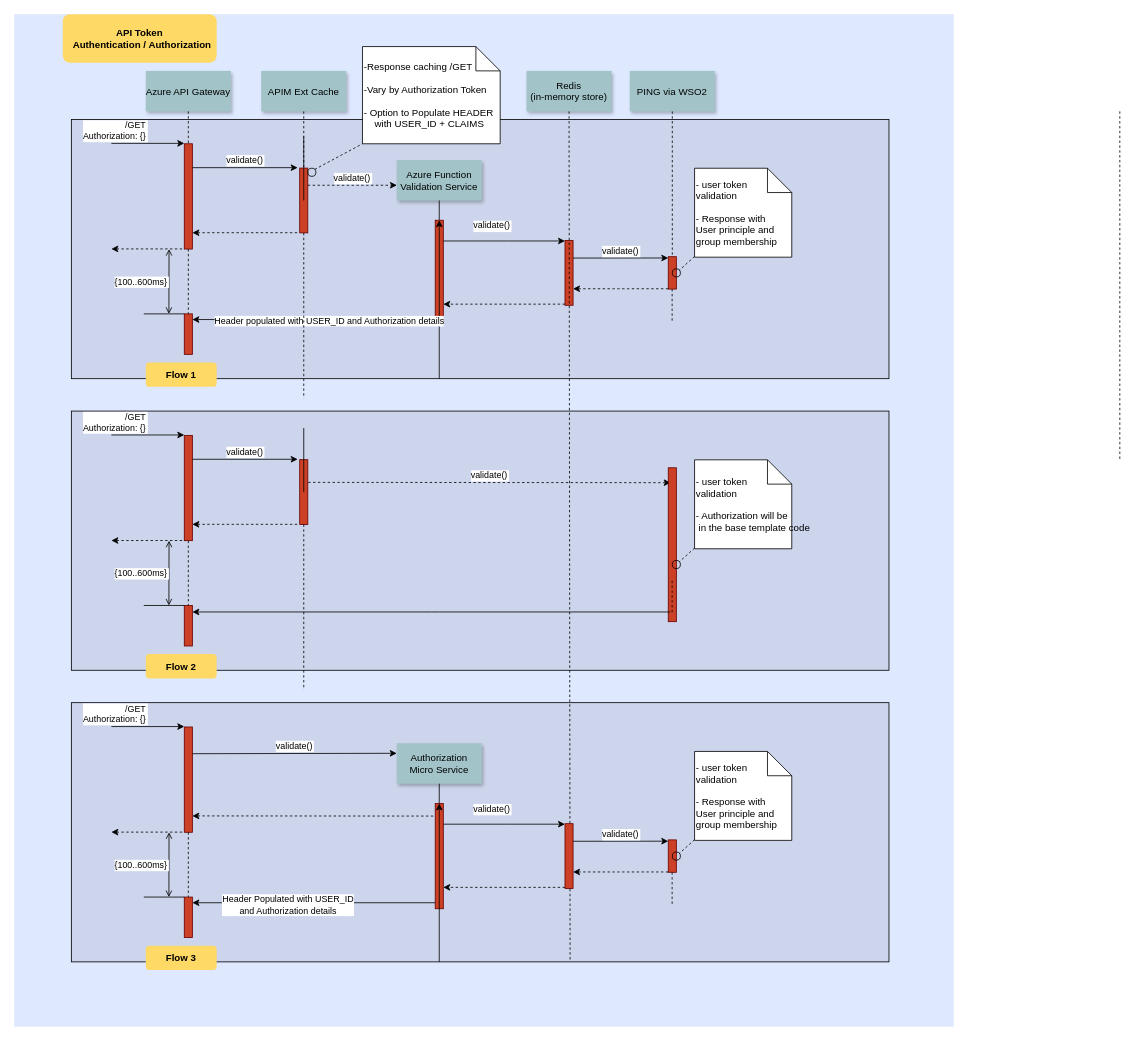
Before: Micro service Auth/Authorization.drawio in neio100/orange, a draw.io diagram. Source tidied: cells renumbered, new cells numbered last; positions are measured from the earlier drawing's top-left corner, leaving out a move shared by most shapes. Both pictures are drawn from the tidied source at 81%, with x=0, y=0 at pixel (14, 14).
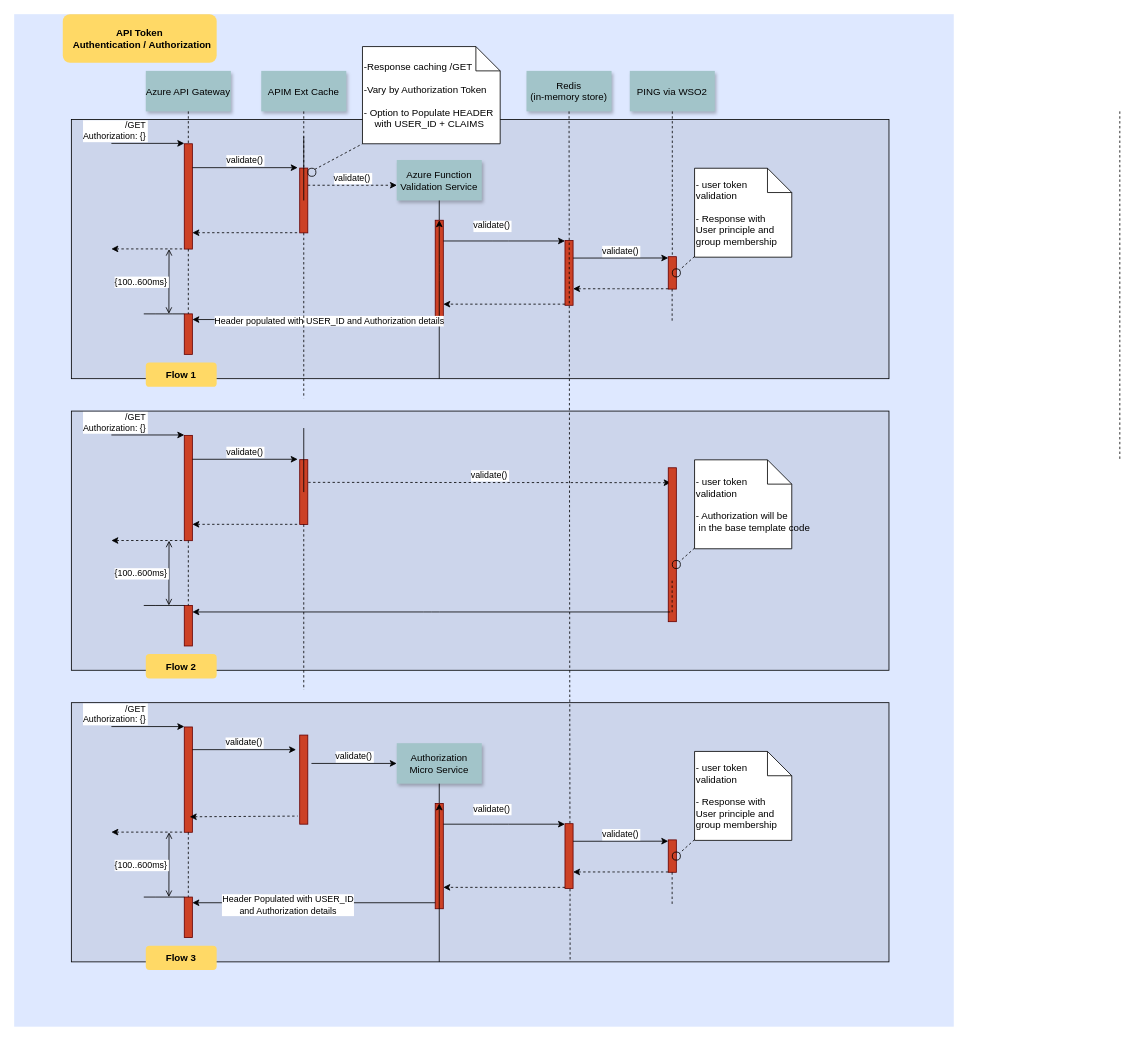
The same diagram, later.

Commit message:
Update Micro service Auth/Authorization.drawio

Unchanged cells that the change refers to:
```xml
<mxCell id="70" style="fillColor=#CC4125;strokeColor=#660000;" parent="1" vertex="1">
  <mxGeometry x="210" y="880" width="10" height="130" as="geometry" />
</mxCell>
<mxCell id="75" value="Authorization &#10;Micro Service" style="shadow=1;fillColor=#A2C4C9;strokeColor=none;" parent="1" vertex="1">
  <mxGeometry x="472.3" y="900" width="105" height="50" as="geometry" />
</mxCell>
```

Diff of the diagram source:
```diff
@@
-    <mxCell id="72" value="validate()" style="edgeStyle=none;verticalLabelPosition=top;verticalAlign=bottom;entryX=0;entryY=0.25;entryDx=0;entryDy=0;" parent="1" edge="1" target="75">
+    <mxCell id="72" value="validate()" style="edgeStyle=none;verticalLabelPosition=top;verticalAlign=bottom;" parent="1" edge="1">
       <mxGeometry x="220" y="812" as="geometry">
-        <mxPoint x="220" y="913" as="sourcePoint" />
+        <mxPoint x="220" y="908" as="sourcePoint" />
+        <mxPoint x="348" y="908" as="targetPoint" />
       </mxGeometry>
     </mxCell>
-    <mxCell id="73" style="edgeStyle=none;verticalLabelPosition=top;verticalAlign=bottom;endArrow=none;startArrow=classic;dashed=1;" parent="1" edge="1">
+    <mxCell id="73" style="edgeStyle=none;verticalLabelPosition=top;verticalAlign=bottom;endArrow=none;startArrow=classic;dashed=1;exitX=0.676;exitY=0.853;exitDx=0;exitDy=0;exitPerimeter=0;" parent="1" edge="1" source="70">
       <mxGeometry x="220" y="892.3" as="geometry">
-        <mxPoint x="220" y="989.8" as="sourcePoint" />
-        <mxPoint x="520" y="990" as="targetPoint" />
+        <mxPoint x="350" y="990" as="targetPoint" />
       </mxGeometry>
     </mxCell>
@@
+    <mxCell id="96" style="fillColor=#CC4125;strokeColor=#660000;" parent="1" vertex="1">
+      <mxGeometry x="352.5" y="890" width="10" height="110" as="geometry" />
+    </mxCell>
+    <mxCell id="97" value="validate()" style="edgeStyle=none;verticalLabelPosition=top;verticalAlign=bottom;entryX=0;entryY=0.5;entryDx=0;entryDy=0;" parent="1" edge="1" target="75">
+      <mxGeometry x="230" y="822" as="geometry">
+        <mxPoint x="367" y="925" as="sourcePoint" />
+      </mxGeometry>
+    </mxCell>
```
